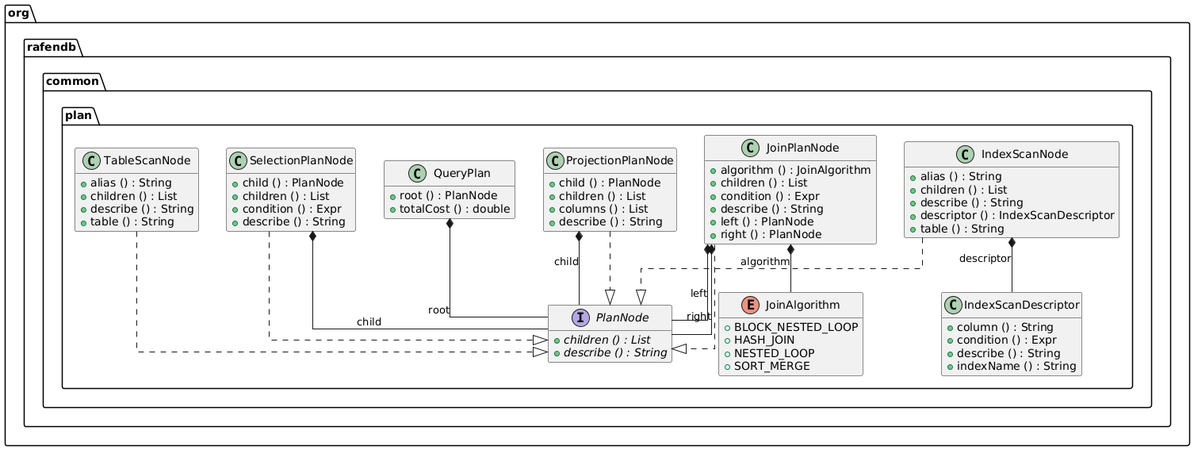
Above: docs/generated/common/common-plan.png in m-akma1/rafendb (PlantUML), before the change. Its source is kept beside it as docs/generated/common/common-plan.puml.
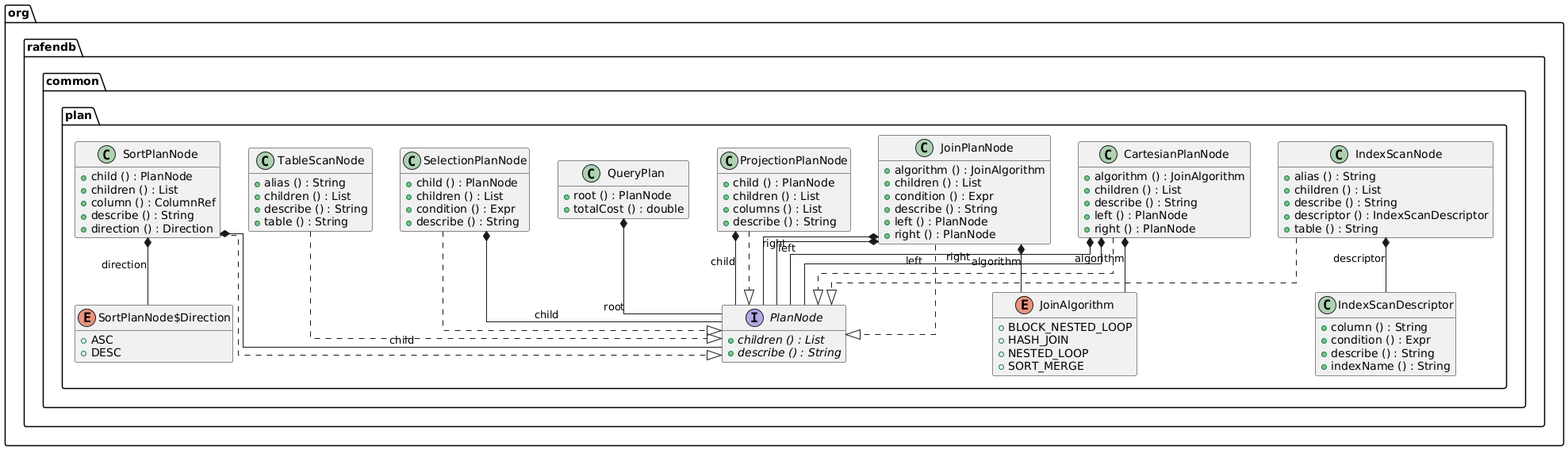
The same file after the commit.

Diff of the diagram source:
```diff
@@ -3,6 +3,15 @@
 set namespaceSeparator .
 hide empty members
 skinparam linetype ortho
+
+
+class org.rafendb.common.plan.CartesianPlanNode {
+	{method} +algorithm () : JoinAlgorithm
+	{method} +children () : List
+	{method} +describe () : String
+	{method} +left () : PlanNode
+	{method} +right () : PlanNode
+}
 
 
 class org.rafendb.common.plan.IndexScanDescriptor {
@@ -68,6 +77,21 @@
 }
 
 
+class org.rafendb.common.plan.SortPlanNode {
+	{method} +child () : PlanNode
+	{method} +children () : List
+	{method} +column () : ColumnRef
+	{method} +describe () : String
+	{method} +direction () : Direction
+}
+
+
+enum org.rafendb.common.plan.SortPlanNode$Direction {
+	{field} +ASC
+	{field} +DESC
+}
+
+
 class org.rafendb.common.plan.TableScanNode {
 	{method} +alias () : String
 	{method} +children () : List
@@ -78,6 +102,10 @@
 
 
 
+org.rafendb.common.plan.CartesianPlanNode *--  org.rafendb.common.plan.JoinAlgorithm : algorithm
+org.rafendb.common.plan.CartesianPlanNode *--  org.rafendb.common.plan.PlanNode : left
+org.rafendb.common.plan.CartesianPlanNode *--  org.rafendb.common.plan.PlanNode : right
+org.rafendb.common.plan.CartesianPlanNode ..|>  org.rafendb.common.plan.PlanNode
 org.rafendb.common.plan.IndexScanNode *--  org.rafendb.common.plan.IndexScanDescriptor : descriptor
 org.rafendb.common.plan.IndexScanNode ..|>  org.rafendb.common.plan.PlanNode
 org.rafendb.common.plan.JoinPlanNode *--  org.rafendb.common.plan.JoinAlgorithm : algorithm
@@ -89,6 +117,9 @@
 org.rafendb.common.plan.QueryPlan *--  org.rafendb.common.plan.PlanNode : root
 org.rafendb.common.plan.SelectionPlanNode *--  org.rafendb.common.plan.PlanNode : child
 org.rafendb.common.plan.SelectionPlanNode ..|>  org.rafendb.common.plan.PlanNode
+org.rafendb.common.plan.SortPlanNode *--  org.rafendb.common.plan.PlanNode : child
+org.rafendb.common.plan.SortPlanNode *--  org.rafendb.common.plan.SortPlanNode$Direction : direction
+org.rafendb.common.plan.SortPlanNode ..|>  org.rafendb.common.plan.PlanNode
 org.rafendb.common.plan.TableScanNode ..|>  org.rafendb.common.plan.PlanNode
 
 
```
